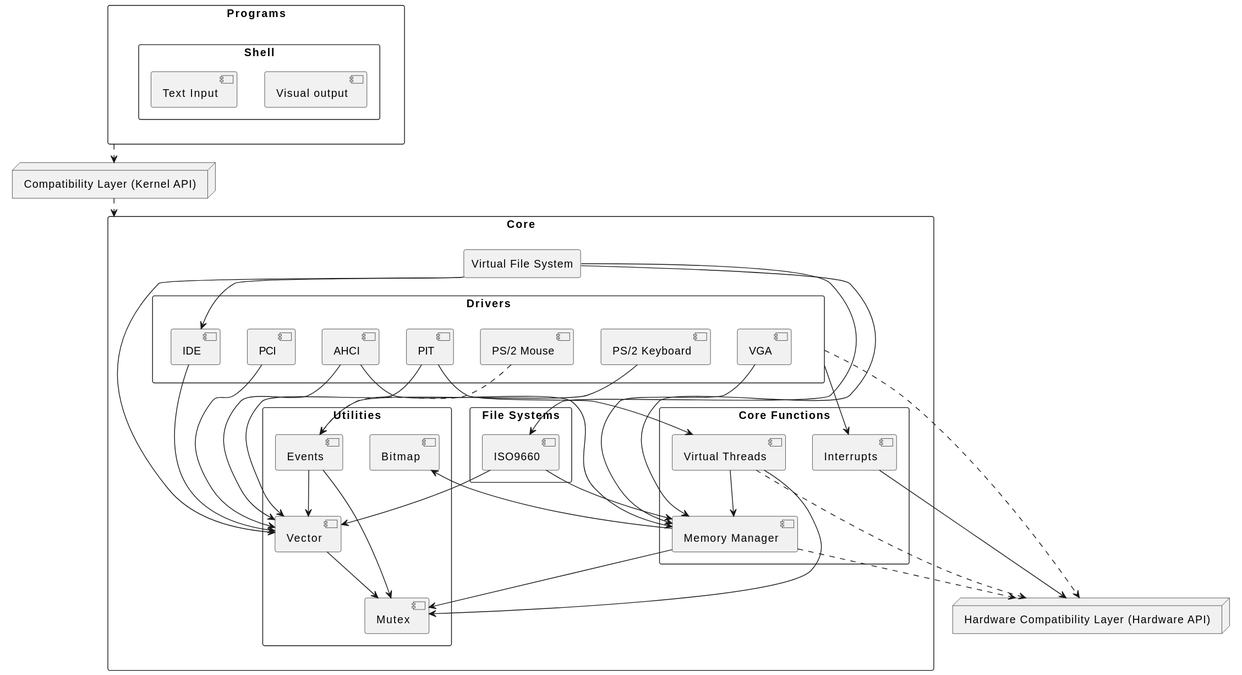
Above: docs/svg/kernel diagram.svg in cactoes/virtual_reflections_os (PlantUML), before the change.
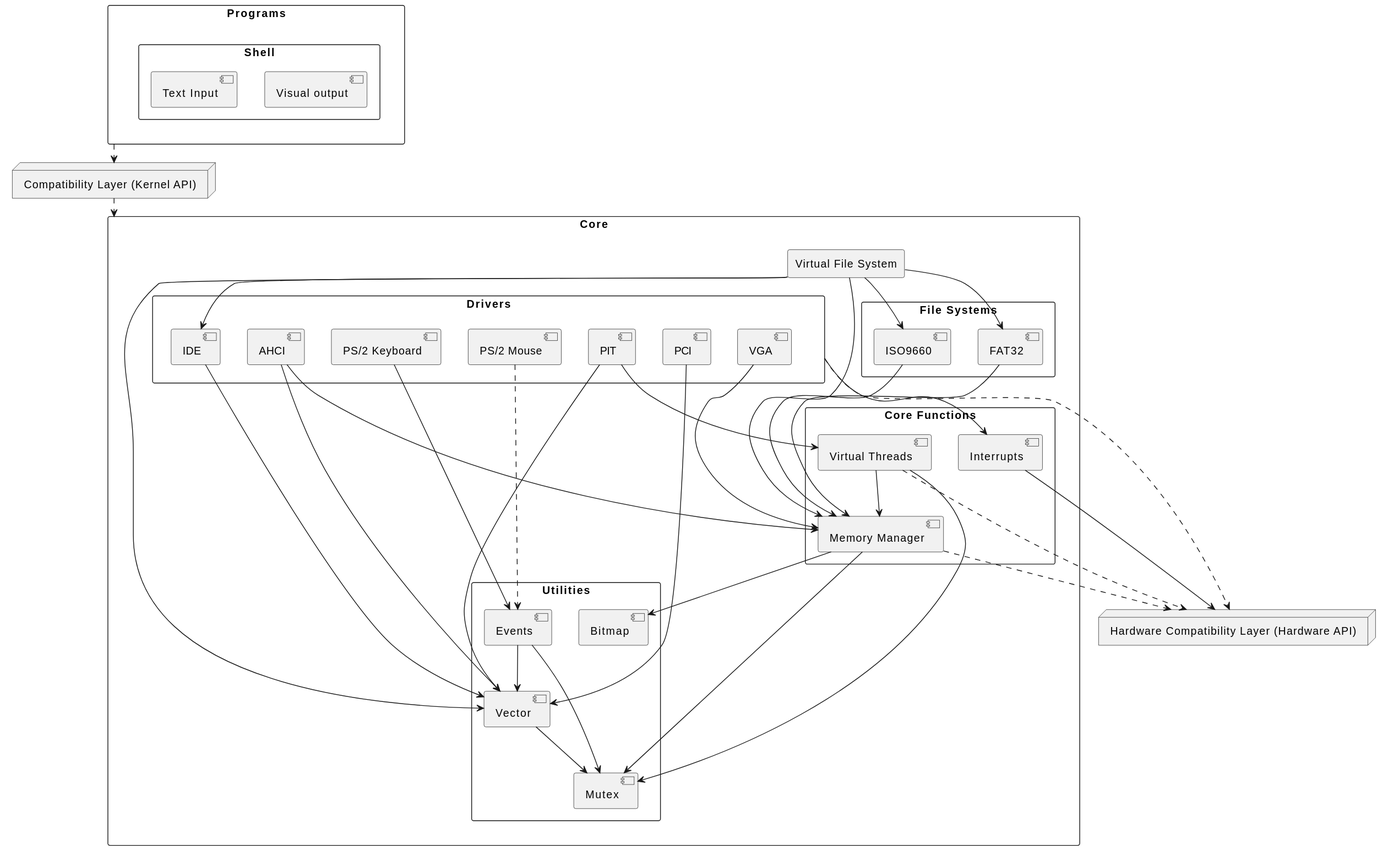
After the change.

Commit message:
auto generated diagrams [skip ci]

Change to the diagram source:
```diff
@@ -32,6 +32,7 @@
 
     rectangle "File Systems" {
         [ISO9660]
+        [FAT32]
     }
 }
 
@@ -58,11 +59,12 @@
 
 "Virtual File System" --> [Vector]
 "Virtual File System" --> [ISO9660]
+"Virtual File System" --> [FAT32]
 "Virtual File System" --> [IDE]
 "Virtual File System" --> [Memory Manager]
 
-[ISO9660] --> [Vector]
 [ISO9660] --> [Memory Manager]
+[FAT32] --> [Memory Manager]
 
 rectangle "Programs" {
     rectangle "Shell" {
```
